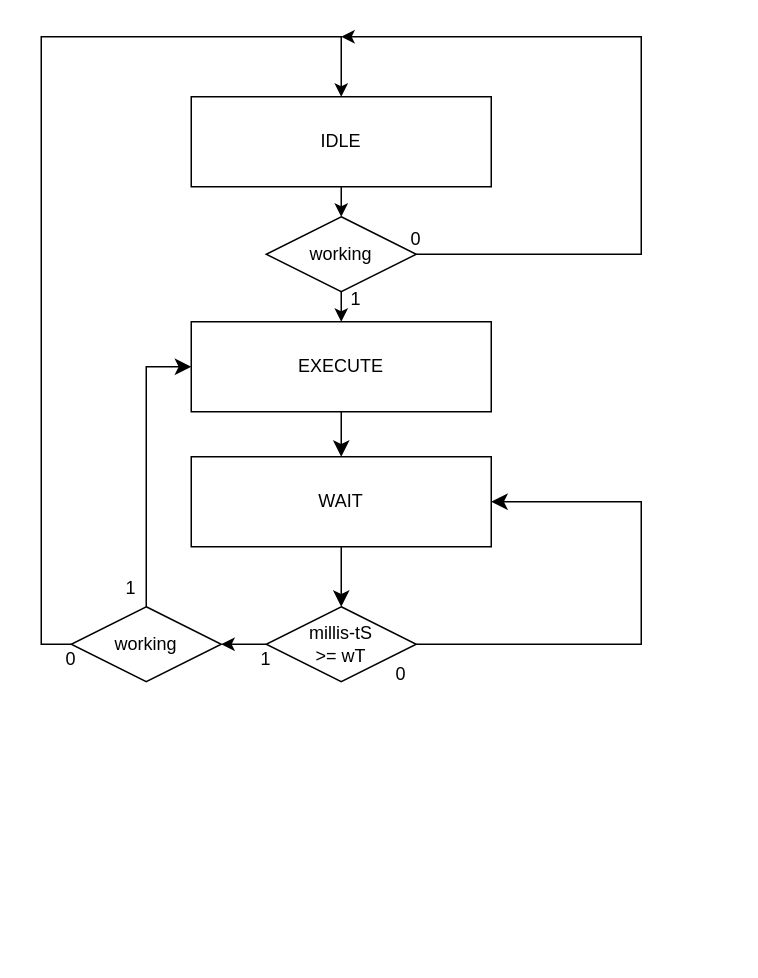
This is DiagramaDeEstadosRM.drawio from Dexiis/FSO-TP2, a draw.io file, before an edit. Source tidied: cells renumbered, new cells numbered last; positions are measured from the earlier drawing's top-left corner, leaving out a move shared by most shapes. Both pictures are drawn from the tidied source at 150%, with x=0, y=0 at pixel (26, 36).
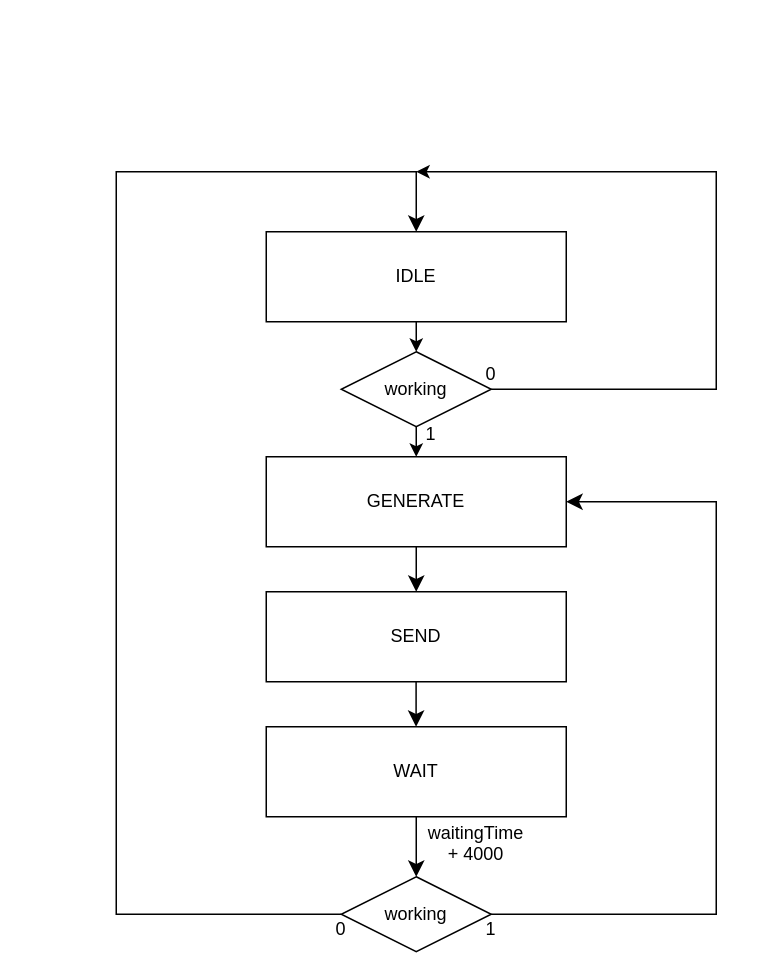
After the change.

What changed in the source:
```diff
@@
-    <mxCell id="2" style="edgeStyle=none;curved=1;rounded=0;jettySize=auto;html=1;exitX=0.5;exitY=1;exitDx=0;exitDy=0;entryX=0.5;entryY=0;entryDx=0;entryDy=0;fontSize=12;startSize=8;endSize=8;" parent="1" edge="1" source="3" target="6">
-      <mxGeometry relative="1" as="geometry" />
-    </mxCell>
-    <mxCell id="3" style="rounded=0;whiteSpace=wrap;html=1;" parent="1" vertex="1">
-      <mxGeometry x="110" y="190" width="200" height="60" as="geometry" />
-    </mxCell>
-    <mxCell id="4" value="EXECUTE" style="text;html=1;align=center;verticalAlign=middle;whiteSpace=wrap;rounded=0;" parent="1" vertex="1">
-      <mxGeometry x="180" y="205" width="60" height="30" as="geometry" />
-    </mxCell>
-    <mxCell id="5" style="edgeStyle=none;curved=1;rounded=0;jettySize=auto;html=1;exitX=0.5;exitY=1;exitDx=0;exitDy=0;entryX=0.5;entryY=0;entryDx=0;entryDy=0;fontSize=12;startSize=8;endSize=8;" parent="1" edge="1" source="6" target="9">
-      <mxGeometry relative="1" as="geometry" />
-    </mxCell>
-    <mxCell id="6" style="rounded=0;whiteSpace=wrap;html=1;" parent="1" vertex="1">
-      <mxGeometry x="110" y="280" width="200" height="60" as="geometry" />
-    </mxCell>
+    <mxCell id="29" style="rounded=0;whiteSpace=wrap;html=1;" parent="1" vertex="1">
+      <mxGeometry x="160" y="280" width="200" height="60" as="geometry" />
+    </mxCell>
+    <mxCell id="30" value="GENERATE" style="text;html=1;align=center;verticalAlign=middle;whiteSpace=wrap;rounded=0;" parent="1" vertex="1">
+      <mxGeometry x="230" y="295" width="60" height="30" as="geometry" />
+    </mxCell>
+    <mxCell id="31" style="edgeStyle=none;curved=1;rounded=0;jettySize=auto;html=1;exitX=0.5;exitY=1;exitDx=0;exitDy=0;entryX=0.5;entryY=0;entryDx=0;entryDy=0;fontSize=12;startSize=8;endSize=8;" parent="1" edge="1" source="32">
+      <mxGeometry relative="1" as="geometry">
+        <mxPoint x="260" y="560" as="targetPoint" />
+      </mxGeometry>
+    </mxCell>
+    <mxCell id="32" style="rounded=0;whiteSpace=wrap;html=1;" parent="1" vertex="1">
+      <mxGeometry x="160" y="460" width="200" height="60" as="geometry" />
+    </mxCell>
     <mxCell id="7" value="WAIT" style="text;html=1;align=center;verticalAlign=middle;whiteSpace=wrap;rounded=0;" parent="1" vertex="1">
-      <mxGeometry x="180" y="295" width="60" height="30" as="geometry" />
+      <mxGeometry x="230" y="475" width="60" height="30" as="geometry" />
     </mxCell>
-    <mxCell id="8" style="edgeStyle=none;curved=0;rounded=0;jettySize=auto;html=1;entryX=1;entryY=0.5;entryDx=0;entryDy=0;fontSize=12;startSize=8;endSize=8;exitX=1;exitY=0.5;exitDx=0;exitDy=0;" parent="1" edge="1" source="9" target="6">
-      <mxGeometry relative="1" as="geometry">
-        <Array as="points">
-          <mxPoint x="410" y="405" />
-          <mxPoint x="410" y="310" />
-        </Array>
-      </mxGeometry>
-    </mxCell>
-    <mxCell id="9" style="rhombus;whiteSpace=wrap;html=1;" parent="1" vertex="1">
-      <mxGeometry x="160" y="380" width="100" height="50" as="geometry" />
-    </mxCell>
-    <mxCell id="10" style="edgeStyle=orthogonalEdgeStyle;rounded=0;jettySize=auto;html=1;exitX=0.5;exitY=1;exitDx=0;exitDy=0;entryX=0.5;entryY=0;entryDx=0;entryDy=0;" parent="1" edge="1" source="11" target="25">
-      <mxGeometry relative="1" as="geometry" />
-    </mxCell>
-    <mxCell id="11" style="rounded=0;whiteSpace=wrap;html=1;" parent="1" vertex="1">
-      <mxGeometry x="110" y="40" width="200" height="60" as="geometry" />
-    </mxCell>
+    <mxCell id="33" style="edgeStyle=none;curved=0;rounded=0;jettySize=auto;html=1;fontSize=12;startSize=8;endSize=8;exitX=1;exitY=0.5;exitDx=0;exitDy=0;entryX=1;entryY=0.5;entryDx=0;entryDy=0;" parent="1" edge="1" source="36" target="29">
+      <mxGeometry relative="1" as="geometry">
+        <Array as="points">
+          <mxPoint x="460" y="585" />
+          <mxPoint x="460" y="310" />
+        </Array>
+      </mxGeometry>
+    </mxCell>
+    <mxCell id="34" style="edgeStyle=orthogonalEdgeStyle;rounded=0;jettySize=auto;html=1;exitX=0.5;exitY=1;exitDx=0;exitDy=0;entryX=0.5;entryY=0;entryDx=0;entryDy=0;" parent="1" edge="1" source="35" target="42">
+      <mxGeometry relative="1" as="geometry" />
+    </mxCell>
+    <mxCell id="35" style="rounded=0;whiteSpace=wrap;html=1;" parent="1" vertex="1">
+      <mxGeometry x="160" y="130" width="200" height="60" as="geometry" />
+    </mxCell>
     <mxCell id="12" value="IDLE" style="text;html=1;align=center;verticalAlign=middle;whiteSpace=wrap;rounded=0;" parent="1" vertex="1">
-      <mxGeometry x="180" y="55" width="60" height="30" as="geometry" />
+      <mxGeometry x="230" y="145" width="60" height="30" as="geometry" />
     </mxCell>
-    <mxCell id="13" value="millis-tS &amp;gt;= wT" style="text;html=1;align=center;verticalAlign=middle;whiteSpace=wrap;rounded=0;" parent="1" vertex="1">
-      <mxGeometry x="180" y="390" width="60" height="30" as="geometry" />
-    </mxCell>
-    <mxCell id="14" value="0" style="text;html=1;align=center;verticalAlign=middle;whiteSpace=wrap;rounded=0;" parent="1" vertex="1">
-      <mxGeometry x="220" y="410" width="60" height="30" as="geometry" />
-    </mxCell>
-    <mxCell id="15" value="1" style="text;html=1;align=center;verticalAlign=middle;whiteSpace=wrap;rounded=0;" parent="1" vertex="1">
-      <mxGeometry x="130" y="400" width="60" height="30" as="geometry" />
-    </mxCell>
-    <mxCell id="16" style="edgeStyle=orthogonalEdgeStyle;rounded=0;jettySize=auto;html=1;exitX=0;exitY=0.5;exitDx=0;exitDy=0;entryX=0.5;entryY=0;entryDx=0;entryDy=0;" parent="1" edge="1" source="18" target="11">
-      <mxGeometry relative="1" as="geometry">
-        <Array as="points">
-          <mxPoint x="10" y="405" />
-          <mxPoint x="10" />
-          <mxPoint x="210" />
-        </Array>
-      </mxGeometry>
-    </mxCell>
-    <mxCell id="17" style="edgeStyle=none;curved=0;rounded=0;jettySize=auto;html=1;exitX=0.5;exitY=0;exitDx=0;exitDy=0;entryX=0;entryY=0.5;entryDx=0;entryDy=0;fontSize=12;startSize=8;endSize=8;" parent="1" edge="1" source="18" target="3">
-      <mxGeometry relative="1" as="geometry">
-        <Array as="points">
-          <mxPoint x="80" y="220" />
-        </Array>
-      </mxGeometry>
-    </mxCell>
-    <mxCell id="18" style="rhombus;whiteSpace=wrap;html=1;" parent="1" vertex="1">
-      <mxGeometry x="30" y="380" width="100" height="50" as="geometry" />
-    </mxCell>
-    <mxCell id="19" value="working" style="text;html=1;align=center;verticalAlign=middle;whiteSpace=wrap;rounded=0;" parent="1" vertex="1">
-      <mxGeometry x="50" y="390" width="60" height="30" as="geometry" />
-    </mxCell>
-    <mxCell id="20" value="1&lt;div&gt;&lt;br&gt;&lt;/div&gt;" style="text;html=1;align=center;verticalAlign=middle;whiteSpace=wrap;rounded=0;" parent="1" vertex="1">
-      <mxGeometry x="40" y="360" width="60" height="30" as="geometry" />
-    </mxCell>
-    <mxCell id="21" value="0" style="text;html=1;align=center;verticalAlign=middle;whiteSpace=wrap;rounded=0;" parent="1" vertex="1">
-      <mxGeometry y="400" width="60" height="30" as="geometry" />
-    </mxCell>
-    <mxCell id="22" style="edgeStyle=orthogonalEdgeStyle;rounded=0;jettySize=auto;html=1;exitX=0;exitY=0.5;exitDx=0;exitDy=0;entryX=1;entryY=0.5;entryDx=0;entryDy=0;" parent="1" edge="1" source="9" target="18">
-      <mxGeometry relative="1" as="geometry" />
-    </mxCell>
-    <mxCell id="23" style="edgeStyle=orthogonalEdgeStyle;rounded=0;jettySize=auto;html=1;exitX=0.5;exitY=1;exitDx=0;exitDy=0;entryX=0.5;entryY=0;entryDx=0;entryDy=0;" parent="1" edge="1" source="25" target="3">
-      <mxGeometry relative="1" as="geometry" />
-    </mxCell>
-    <mxCell id="24" style="edgeStyle=orthogonalEdgeStyle;rounded=0;jettySize=auto;html=1;exitX=1;exitY=0.5;exitDx=0;exitDy=0;" parent="1" edge="1" source="25">
-      <mxGeometry relative="1" as="geometry">
-        <mxPoint x="210" as="targetPoint" />
-        <Array as="points">
-          <mxPoint x="410" y="145" />
-          <mxPoint x="410" />
-        </Array>
-      </mxGeometry>
-    </mxCell>
-    <mxCell id="25" style="rhombus;whiteSpace=wrap;html=1;" parent="1" vertex="1">
-      <mxGeometry x="160" y="120" width="100" height="50" as="geometry" />
-    </mxCell>
-    <mxCell id="26" value="1" style="text;html=1;align=center;verticalAlign=middle;whiteSpace=wrap;rounded=0;" parent="1" vertex="1">
-      <mxGeometry x="190" y="160" width="60" height="30" as="geometry" />
-    </mxCell>
-    <mxCell id="27" value="working" style="text;html=1;align=center;verticalAlign=middle;whiteSpace=wrap;rounded=0;" parent="1" vertex="1">
-      <mxGeometry x="180" y="130" width="60" height="30" as="geometry" />
-    </mxCell>
-    <mxCell id="28" value="0" style="text;html=1;align=center;verticalAlign=middle;whiteSpace=wrap;rounded=0;" parent="1" vertex="1">
-      <mxGeometry x="230" y="120" width="60" height="30" as="geometry" />
-    </mxCell>
+    <mxCell id="36" style="rhombus;whiteSpace=wrap;html=1;" parent="1" vertex="1">
+      <mxGeometry x="210" y="560" width="100" height="50" as="geometry" />
+    </mxCell>
+    <mxCell id="37" value="working" style="text;html=1;align=center;verticalAlign=middle;whiteSpace=wrap;rounded=0;" parent="1" vertex="1">
+      <mxGeometry x="230" y="570" width="60" height="30" as="geometry" />
+    </mxCell>
+    <mxCell id="38" value="&lt;div&gt;0&lt;/div&gt;" style="text;html=1;align=center;verticalAlign=middle;whiteSpace=wrap;rounded=0;" parent="1" vertex="1">
+      <mxGeometry x="180" y="580" width="60" height="30" as="geometry" />
+    </mxCell>
+    <mxCell id="39" value="1" style="text;html=1;align=center;verticalAlign=middle;whiteSpace=wrap;rounded=0;" parent="1" vertex="1">
+      <mxGeometry x="280" y="580" width="60" height="30" as="geometry" />
+    </mxCell>
+    <mxCell id="40" style="edgeStyle=orthogonalEdgeStyle;rounded=0;jettySize=auto;html=1;exitX=0.5;exitY=1;exitDx=0;exitDy=0;entryX=0.5;entryY=0;entryDx=0;entryDy=0;" parent="1" edge="1" source="42" target="29">
+      <mxGeometry relative="1" as="geometry" />
+    </mxCell>
+    <mxCell id="41" style="edgeStyle=orthogonalEdgeStyle;rounded=0;jettySize=auto;html=1;exitX=1;exitY=0.5;exitDx=0;exitDy=0;" parent="1" edge="1" source="42">
+      <mxGeometry relative="1" as="geometry">
+        <mxPoint x="260" y="90" as="targetPoint" />
+        <Array as="points">
+          <mxPoint x="460" y="235" />
+          <mxPoint x="460" y="90" />
+        </Array>
+      </mxGeometry>
+    </mxCell>
+    <mxCell id="42" style="rhombus;whiteSpace=wrap;html=1;" parent="1" vertex="1">
+      <mxGeometry x="210" y="210" width="100" height="50" as="geometry" />
+    </mxCell>
+    <mxCell id="43" value="1" style="text;html=1;align=center;verticalAlign=middle;whiteSpace=wrap;rounded=0;" parent="1" vertex="1">
+      <mxGeometry x="240" y="250" width="60" height="30" as="geometry" />
+    </mxCell>
+    <mxCell id="44" value="working" style="text;html=1;align=center;verticalAlign=middle;whiteSpace=wrap;rounded=0;" parent="1" vertex="1">
+      <mxGeometry x="230" y="220" width="60" height="30" as="geometry" />
+    </mxCell>
+    <mxCell id="45" value="0" style="text;html=1;align=center;verticalAlign=middle;whiteSpace=wrap;rounded=0;" parent="1" vertex="1">
+      <mxGeometry x="280" y="210" width="60" height="30" as="geometry" />
+    </mxCell>
+    <mxCell id="46" value="&lt;div&gt;waitingTime + 4000&lt;/div&gt;&lt;div&gt;&lt;br&gt;&lt;/div&gt;" style="text;html=1;align=center;verticalAlign=middle;whiteSpace=wrap;rounded=0;" parent="1" vertex="1">
+      <mxGeometry x="270" y="530" width="60" height="30" as="geometry" />
+    </mxCell>
+    <mxCell id="47" style="rounded=0;whiteSpace=wrap;html=1;" parent="1" vertex="1">
+      <mxGeometry x="160" y="370" width="200" height="60" as="geometry" />
+    </mxCell>
+    <mxCell id="48" value="SEND" style="text;html=1;align=center;verticalAlign=middle;whiteSpace=wrap;rounded=0;" parent="1" vertex="1">
+      <mxGeometry x="230" y="385" width="60" height="30" as="geometry" />
+    </mxCell>
+    <mxCell id="49" style="edgeStyle=none;curved=0;rounded=0;jettySize=auto;html=1;entryX=0.5;entryY=0;entryDx=0;entryDy=0;fontSize=12;startSize=8;endSize=8;exitX=0.5;exitY=1;exitDx=0;exitDy=0;" parent="1" edge="1" source="29" target="47">
+      <mxGeometry relative="1" as="geometry">
+        <Array as="points">
+          <mxPoint x="260" y="350" />
+        </Array>
+      </mxGeometry>
+    </mxCell>
+    <mxCell id="50" style="edgeStyle=none;curved=0;rounded=0;orthogonalLoop=1;jettySize=auto;html=1;entryX=0.5;entryY=0;entryDx=0;entryDy=0;fontSize=12;startSize=8;endSize=8;exitX=0.5;exitY=1;exitDx=0;exitDy=0;" parent="1" edge="1">
+      <mxGeometry relative="1" as="geometry">
+        <mxPoint x="259.9" y="430" as="sourcePoint" />
+        <mxPoint x="259.9" y="460" as="targetPoint" />
+        <Array as="points">
+          <mxPoint x="259.9" y="440" />
+        </Array>
+      </mxGeometry>
+    </mxCell>
+    <mxCell id="51" style="edgeStyle=none;curved=0;rounded=0;jettySize=auto;html=1;entryX=0.5;entryY=0;entryDx=0;entryDy=0;fontSize=12;startSize=8;endSize=8;exitX=0;exitY=0.5;exitDx=0;exitDy=0;" parent="1" edge="1" source="36" target="35">
+      <mxGeometry relative="1" as="geometry">
+        <Array as="points">
+          <mxPoint x="60" y="585" />
+          <mxPoint x="60" y="90" />
+          <mxPoint x="260" y="90" />
+        </Array>
+      </mxGeometry>
+    </mxCell>
```
